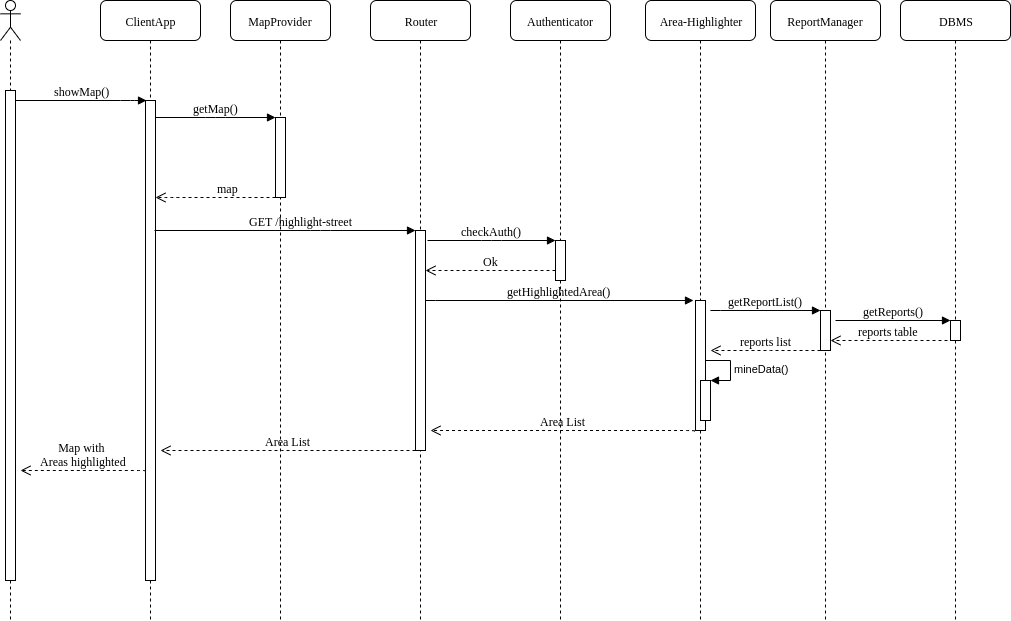
Earlier version of the draw.io export DD/images/area-highlight-sequence.png (f3d0ss/CazzolaDotti-se2). Source tidied: cells renumbered, new cells last; positions are measured from the earlier drawing's top-left corner, leaving out a move shared by most shapes.
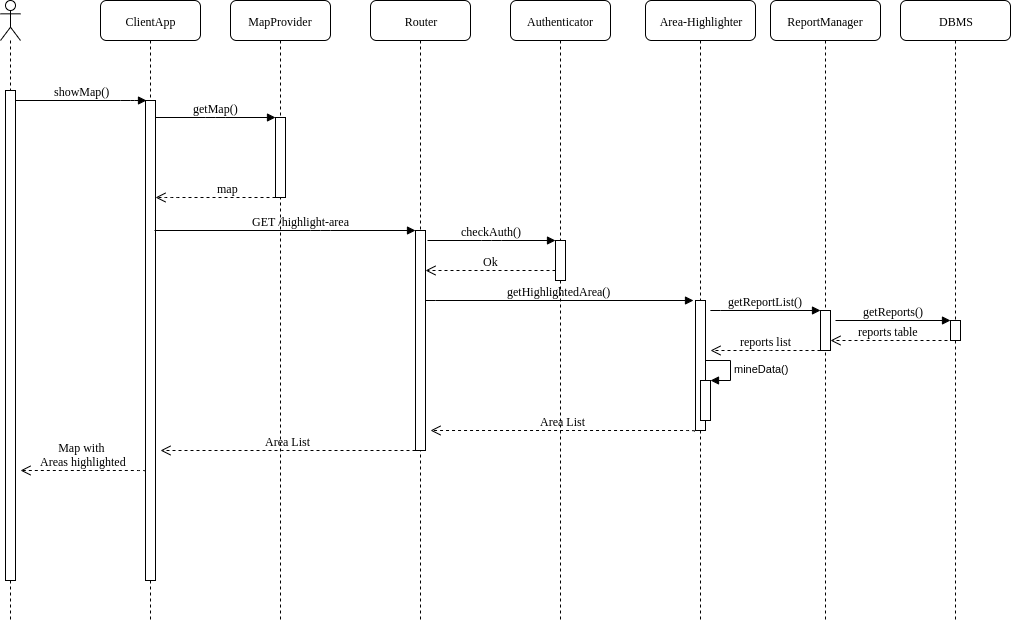
The same diagram one commit later.

Diff of the diagram source:
```diff
@@ -192,7 +192,7 @@
         </Array>
       </mxGeometry>
     </mxCell>
-    <mxCell id="34" value="GET /highlight-street" style="html=1;verticalAlign=bottom;endArrow=block;labelBackgroundColor=none;fontFamily=Verdana;fontSize=12;edgeStyle=elbowEdgeStyle;elbow=vertical;" parent="1" edge="1" target="7">
+    <mxCell id="34" value="GET /highlight-area" style="html=1;verticalAlign=bottom;endArrow=block;labelBackgroundColor=none;fontFamily=Verdana;fontSize=12;edgeStyle=elbowEdgeStyle;elbow=vertical;" parent="1" edge="1" target="7">
       <mxGeometry x="0.27" y="-20" relative="1" as="geometry">
         <mxPoint x="183" y="230" as="sourcePoint" />
         <Array as="points">
```
